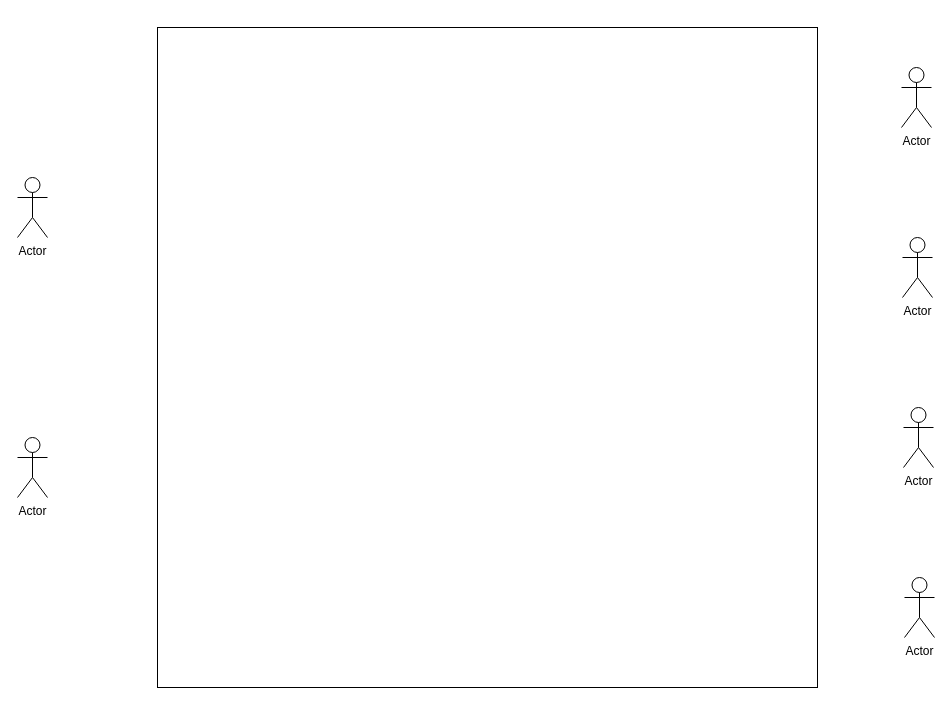
Above: estufa.drawio in R3TZgl/trabalho_algoritimo (draw.io), before the change. Source tidied: cells renumbered, new cells numbered last; positions are measured from the earlier drawing's top-left corner, leaving out a move shared by most shapes. Both pictures are drawn from the tidied source at 100%, with x=0, y=0 at pixel (17, 27).
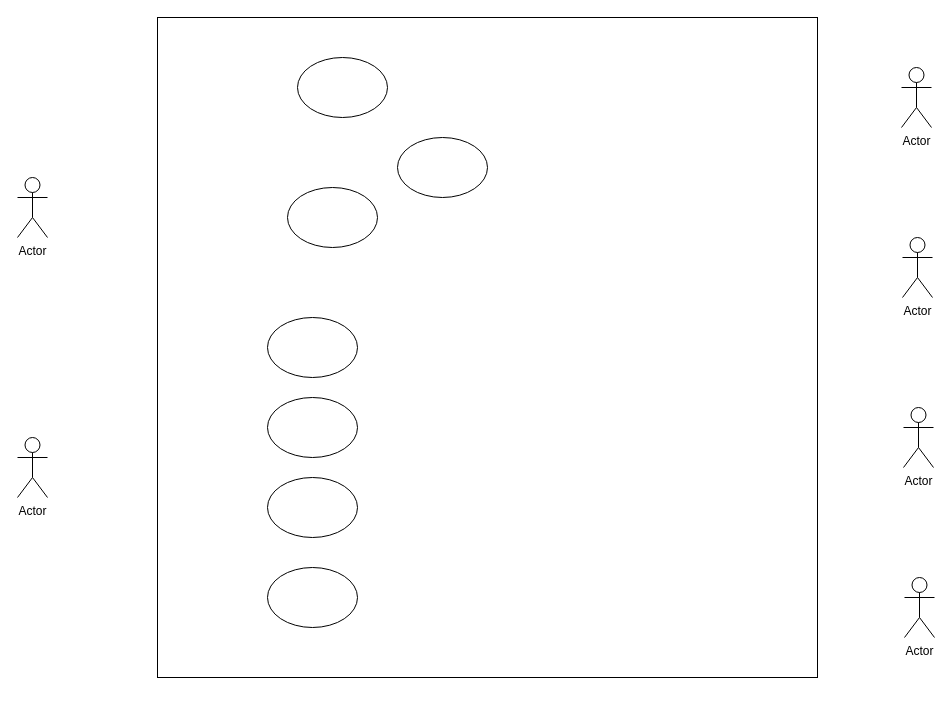
The same page after the edit.

Diff of the diagram source:
```diff
@@
 <mxGraphModel>
   <root>
     <mxCell id="0" />
     <mxCell id="1" parent="0" />
     <mxCell id="2" style="whiteSpace=wrap;html=1;" parent="1" vertex="1">
-      <mxGeometry x="140" width="660" height="660" as="geometry" />
+      <mxGeometry x="140" y="-10" width="660" height="660" as="geometry" />
     </mxCell>
     <mxCell id="3" value="Actor" style="shape=umlActor;verticalLabelPosition=bottom;verticalAlign=top;html=1;" parent="1" vertex="1">
       <mxGeometry y="150" width="30" height="60" as="geometry" />
     </mxCell>
     <mxCell id="4" value="Actor" style="shape=umlActor;verticalLabelPosition=bottom;verticalAlign=top;html=1;" parent="1" vertex="1">
       <mxGeometry y="410" width="30" height="60" as="geometry" />
     </mxCell>
     <mxCell id="5" value="Actor" style="shape=umlActor;verticalLabelPosition=bottom;verticalAlign=top;html=1;" parent="1" vertex="1">
       <mxGeometry x="884" y="40" width="30" height="60" as="geometry" />
     </mxCell>
     <mxCell id="6" value="Actor" style="shape=umlActor;verticalLabelPosition=bottom;verticalAlign=top;html=1;" parent="1" vertex="1">
       <mxGeometry x="885" y="210" width="30" height="60" as="geometry" />
     </mxCell>
     <mxCell id="7" value="Actor" style="shape=umlActor;verticalLabelPosition=bottom;verticalAlign=top;html=1;" parent="1" vertex="1">
       <mxGeometry x="886" y="380" width="30" height="60" as="geometry" />
     </mxCell>
     <mxCell id="8" value="Actor" style="shape=umlActor;verticalLabelPosition=bottom;verticalAlign=top;html=1;" parent="1" vertex="1">
       <mxGeometry x="887" y="550" width="30" height="60" as="geometry" />
     </mxCell>
+    <mxCell id="9" style="ellipse;whiteSpace=wrap;html=1;" parent="1" vertex="1">
+      <mxGeometry x="250" y="450" width="90" height="60" as="geometry" />
+    </mxCell>
+    <mxCell id="10" style="ellipse;whiteSpace=wrap;html=1;" parent="1" vertex="1">
+      <mxGeometry x="250" y="370" width="90" height="60" as="geometry" />
+    </mxCell>
+    <mxCell id="11" style="ellipse;whiteSpace=wrap;html=1;" parent="1" vertex="1">
+      <mxGeometry x="250" y="540" width="90" height="60" as="geometry" />
+    </mxCell>
+    <mxCell id="12" style="ellipse;whiteSpace=wrap;html=1;" parent="1" vertex="1">
+      <mxGeometry x="250" y="290" width="90" height="60" as="geometry" />
+    </mxCell>
+    <mxCell id="13" style="ellipse;whiteSpace=wrap;html=1;" parent="1" vertex="1">
+      <mxGeometry x="270" y="160" width="90" height="60" as="geometry" />
+    </mxCell>
+    <mxCell id="14" style="ellipse;whiteSpace=wrap;html=1;" parent="1" vertex="1">
+      <mxGeometry x="380" y="110" width="90" height="60" as="geometry" />
+    </mxCell>
+    <mxCell id="15" style="ellipse;whiteSpace=wrap;html=1;" parent="1" vertex="1">
+      <mxGeometry x="280" y="30" width="90" height="60" as="geometry" />
+    </mxCell>
   </root>
 </mxGraphModel>
```
